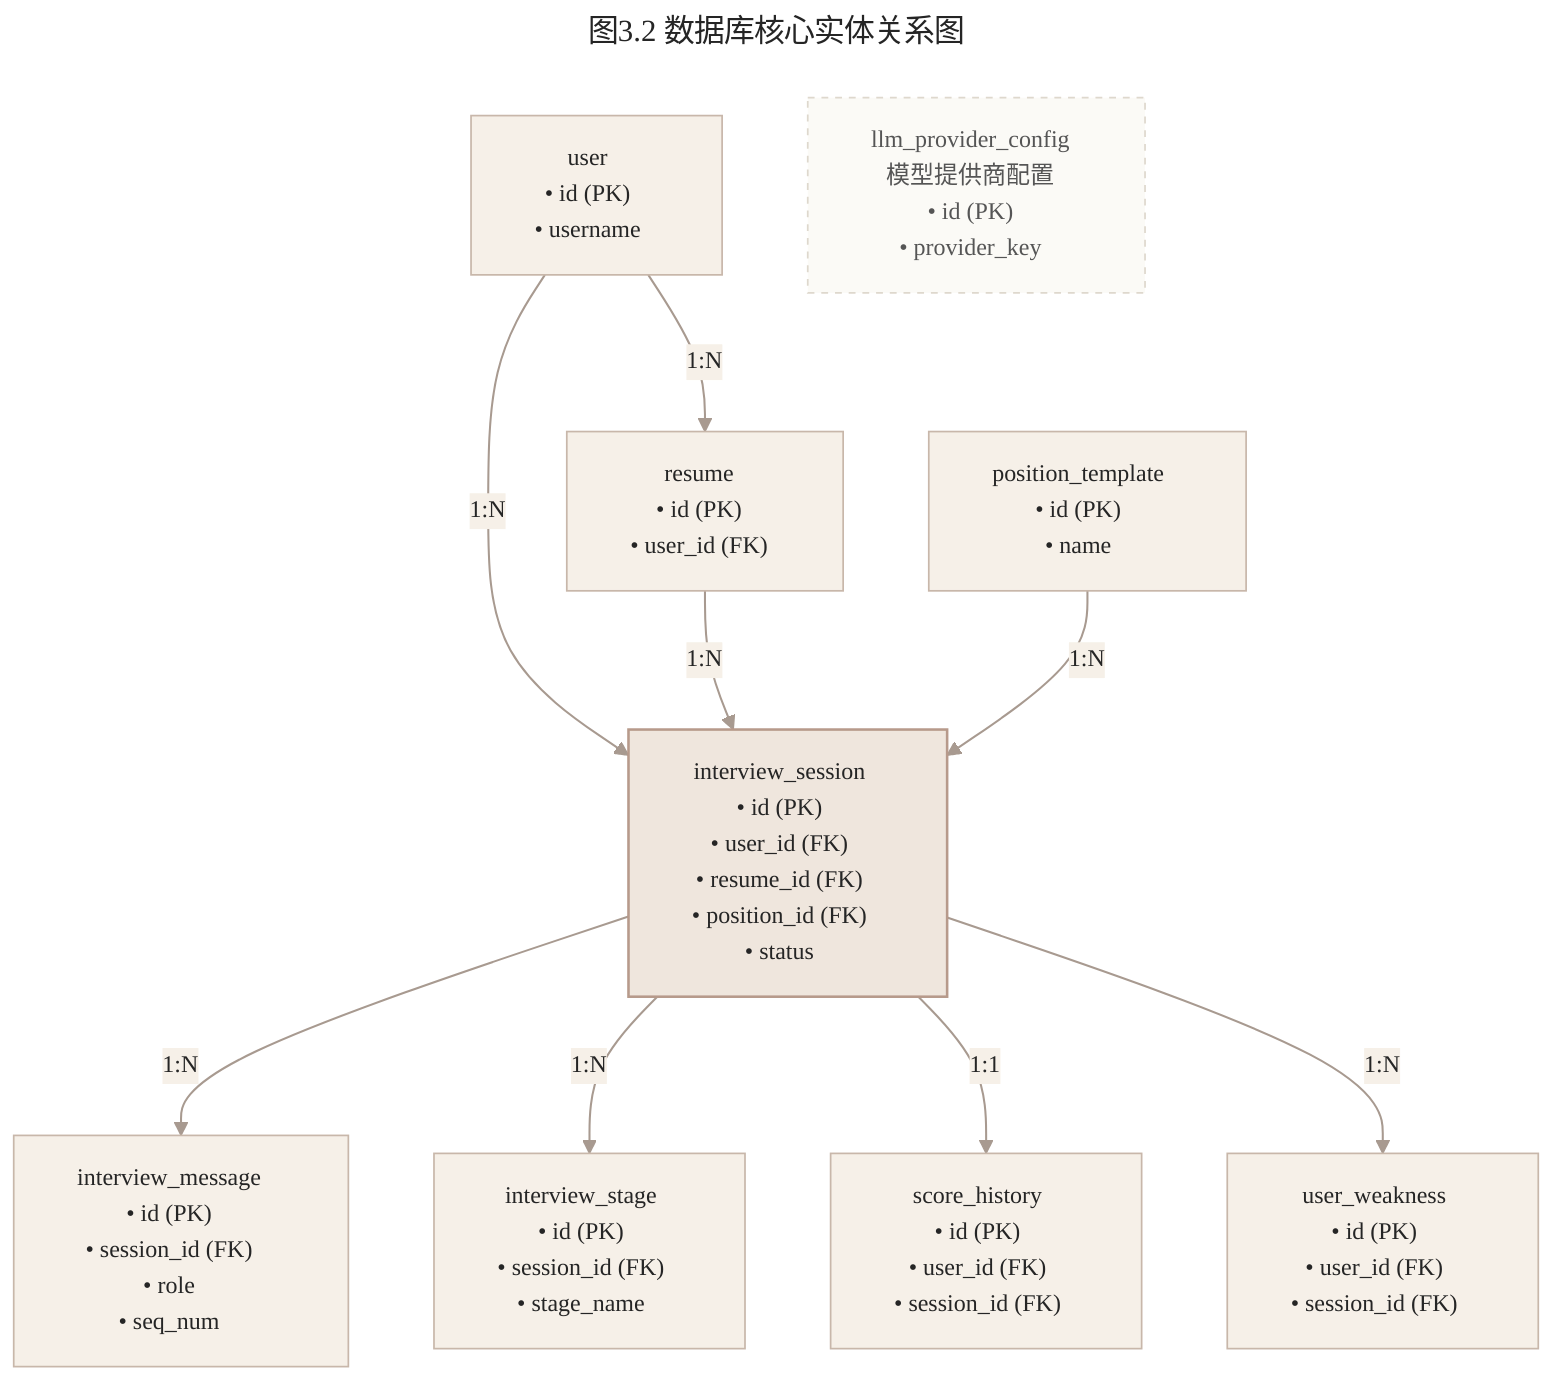
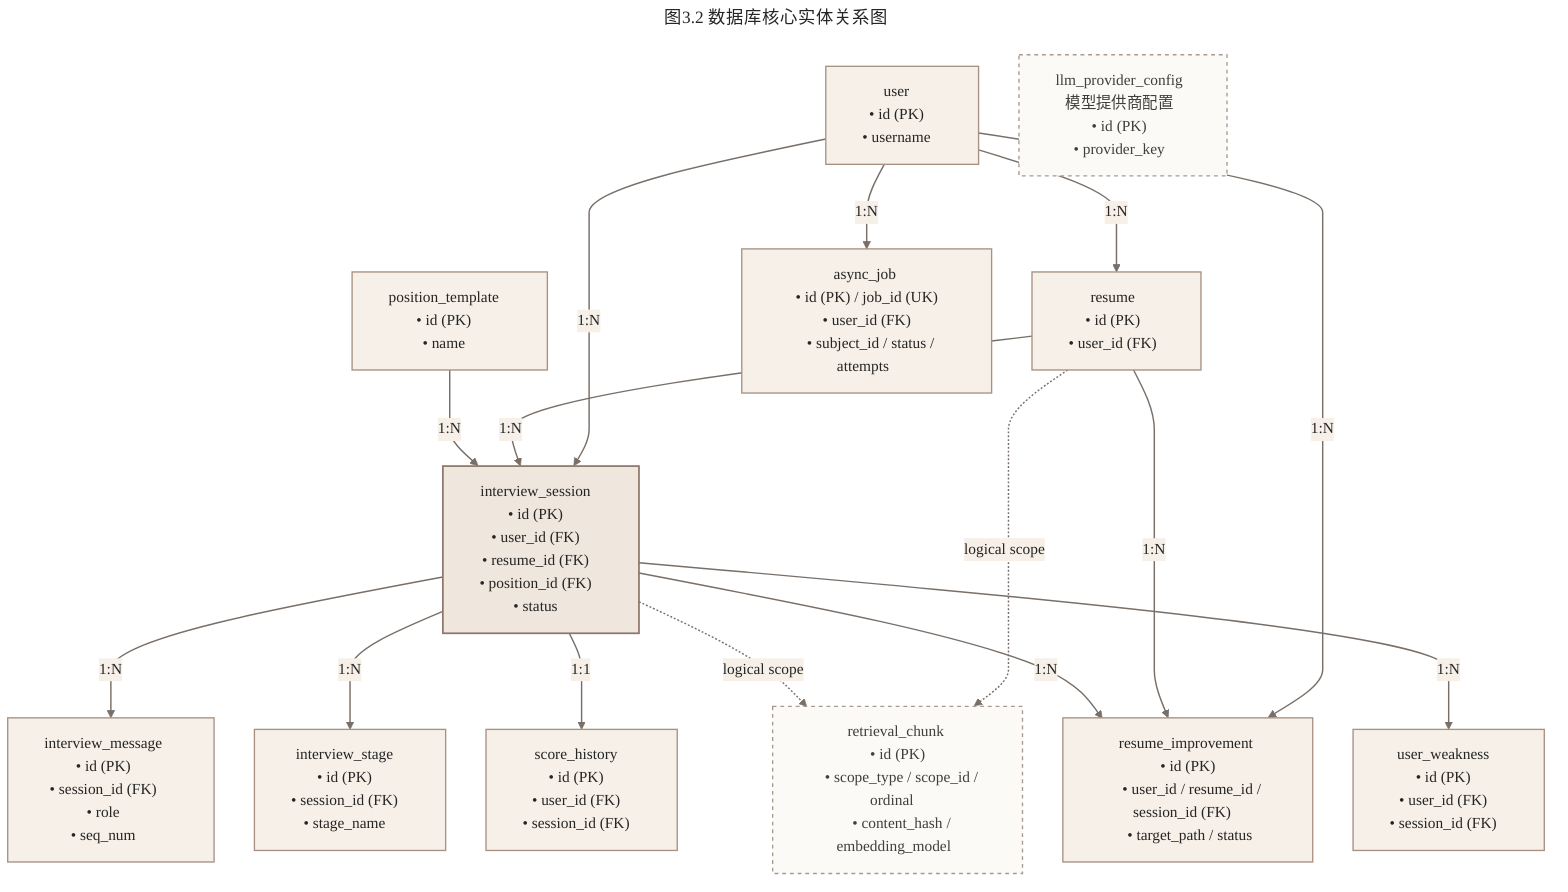
---
title: 图3.2 数据库核心实体关系图
---
%%{init: {
  "theme": "base",
  "themeVariables": {
-     "background": "#FAF8F2",
+     "background": "#FFFFFF",
    "primaryColor": "#EFE6DD",
-     "primaryBorderColor": "#B79A8B",
+     "primaryBorderColor": "#8F766A",
    "primaryTextColor": "#252525",
-     "lineColor": "#A89A90",
+     "lineColor": "#786F68",
    "secondaryColor": "#F6F0E8",
    "tertiaryColor": "#FBFAF6",
    "fontFamily": "system-ui, -apple-system, \"Microsoft YaHei\", sans-serif",
-     "fontSize": "14px",
-     "nodePadding": "15px"
+     "fontSize": "16px",
+     "nodePadding": "17px"
  },
  "flowchart": {
-     "nodeSpacing": 50,
-     "rankSpacing": 60
+     "nodeSpacing": 42,
+     "rankSpacing": 52,
+     "curve": "monotoneY"
  }
}}%%
flowchart TB
  user[" &nbsp; user &nbsp; <br/> &nbsp; • id (PK) &nbsp; <br/> &nbsp; • username &nbsp; "]
  resume[" &nbsp; resume &nbsp; <br/> &nbsp; • id (PK) &nbsp; <br/> &nbsp; • user_id (FK) &nbsp; "]
+   resume_improvement[" &nbsp; resume_improvement &nbsp; <br/> &nbsp; • id (PK) &nbsp; <br/> &nbsp; • user_id / resume_id / session_id (FK) &nbsp; <br/> &nbsp; • target_path / status &nbsp; "]
  position_template[" &nbsp; position_template &nbsp; <br/> &nbsp; • id (PK) &nbsp; <br/> &nbsp; • name &nbsp; "]

  interview_session[" &nbsp; interview_session &nbsp; <br/> &nbsp; • id (PK) &nbsp; <br/> &nbsp; • user_id (FK) &nbsp; <br/> &nbsp; • resume_id (FK) &nbsp; <br/> &nbsp; • position_id (FK) &nbsp; <br/> &nbsp; • status &nbsp; "]

  interview_message[" &nbsp; interview_message &nbsp; <br/> &nbsp; • id (PK) &nbsp; <br/> &nbsp; • session_id (FK) &nbsp; <br/> &nbsp; • role &nbsp; <br/> &nbsp; • seq_num &nbsp; "]
  interview_stage[" &nbsp; interview_stage &nbsp; <br/> &nbsp; • id (PK) &nbsp; <br/> &nbsp; • session_id (FK) &nbsp; <br/> &nbsp; • stage_name &nbsp; "]
  score_history[" &nbsp; score_history &nbsp; <br/> &nbsp; • id (PK) &nbsp; <br/> &nbsp; • user_id (FK) &nbsp; <br/> &nbsp; • session_id (FK) &nbsp; "]
  user_weakness[" &nbsp; user_weakness &nbsp; <br/> &nbsp; • id (PK) &nbsp; <br/> &nbsp; • user_id (FK) &nbsp; <br/> &nbsp; • session_id (FK) &nbsp; "]
+   async_job[" &nbsp; async_job &nbsp; <br/> &nbsp; • id (PK) / job_id (UK) &nbsp; <br/> &nbsp; • user_id (FK) &nbsp; <br/> &nbsp; • subject_id / status / attempts &nbsp; "]
+   retrieval_chunk[" &nbsp; retrieval_chunk &nbsp; <br/> &nbsp; • id (PK) &nbsp; <br/> &nbsp; • scope_type / scope_id / ordinal &nbsp; <br/> &nbsp; • content_hash / embedding_model &nbsp; "]

  llm_provider_config[" &nbsp; llm_provider_config &nbsp; <br/> &nbsp; 模型提供商配置 &nbsp; <br/> &nbsp; • id (PK) &nbsp; <br/> &nbsp; • provider_key &nbsp; "]

  user -->|1:N| resume
  user -->|1:N| interview_session
+   user -->|1:N| async_job
+   user -->|1:N| resume_improvement
  resume -->|1:N| interview_session
+   resume -->|1:N| resume_improvement
  position_template -->|1:N| interview_session

  interview_session -->|1:N| interview_message
  interview_session -->|1:N| interview_stage
  interview_session -->|1:1| score_history
  interview_session -->|1:N| user_weakness
+   interview_session -->|1:N| resume_improvement
+   resume -.->|logical scope| retrieval_chunk
+   interview_session -.->|logical scope| retrieval_chunk

-   classDef entity fill:#F6F0E8,stroke:#C8B7AA,color:#252525
-   classDef centerEntity fill:#EFE6DD,stroke:#B79A8B,stroke-width:1.5px,color:#252525
-   classDef configEntity fill:#FBFAF6,stroke:#DED8CD,stroke-dasharray: 4 4,color:#555555
+   classDef entity fill:#F6F0E8,stroke:#A89183,stroke-width:1.4px,color:#252525
+   classDef centerEntity fill:#EFE6DD,stroke:#8F766A,stroke-width:1.8px,color:#252525
+   classDef configEntity fill:#FBFAF6,stroke:#A89A90,stroke-width:1.4px,stroke-dasharray: 4 4,color:#3F3F3F

  class interview_session centerEntity
  class llm_provider_config configEntity
-   class user,resume,position_template,interview_message,interview_stage,score_history,user_weakness entity
-   linkStyle default stroke:#A89A90,stroke-width:1.2px
+   class user,resume,resume_improvement,position_template,interview_message,interview_stage,score_history,user_weakness,async_job entity
+   class retrieval_chunk configEntity
+   linkStyle default stroke:#786F68,stroke-width:1.5px
